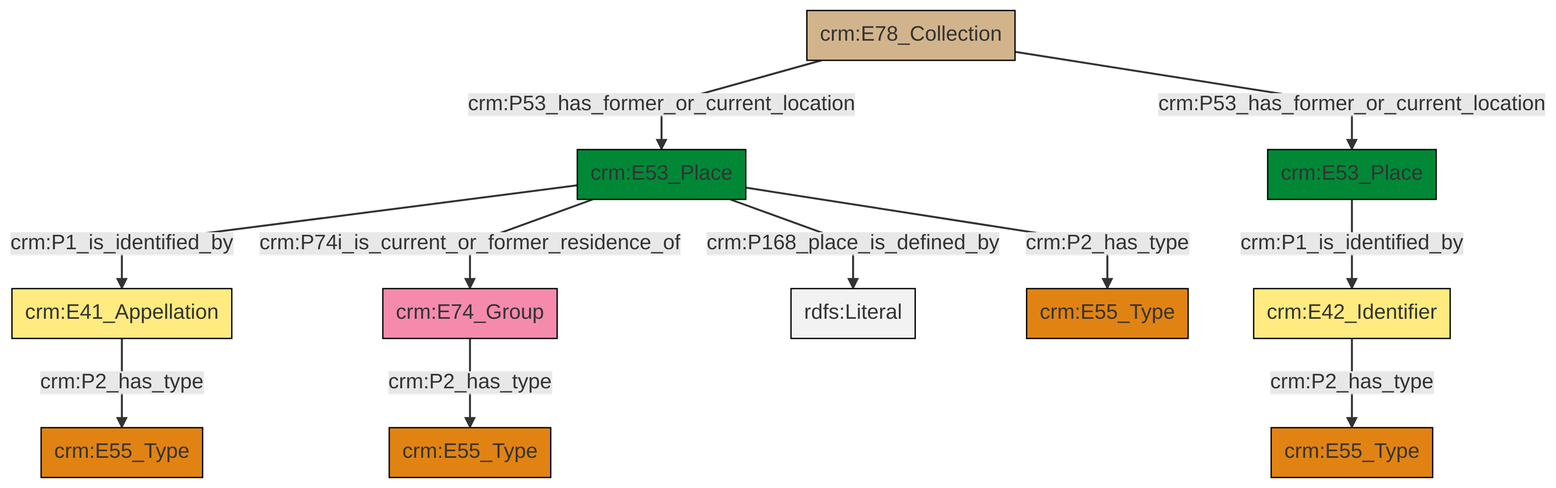
swiss-art-research-net/docs.swissartresearch keeps this Mermaid diagram as et/archivalCSV/ttl/mmd/png/archival_location.png. Above is the earlier version. Its source is kept beside it as et/archivalCSV/ttl/mmd/archival_location.ttl.mmd.
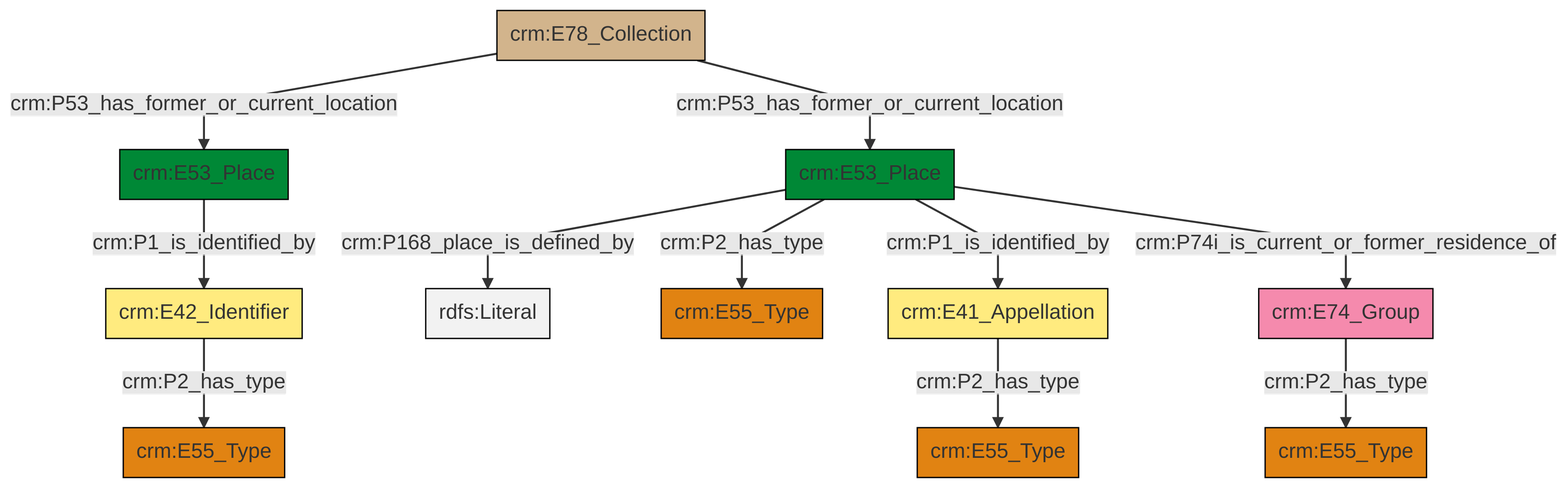
The same file after the commit.

Change to the diagram source:
```diff
@@ -13,13 +13,13 @@
 classDef PC_Classes fill:#4ce600, stroke:#000000;
 classDef Multi fill:#cccccc,stroke:#000000;
 
-0["crm:E41_Appellation"]:::Appellation -->|crm:P2_has_type| 1["crm:E55_Type"]:::Type
-4["crm:E42_Identifier"]:::Appellation -->|crm:P2_has_type| 7["crm:E55_Type"]:::Type
-2["crm:E74_Group"]:::Actor -->|crm:P2_has_type| 10["crm:E55_Type"]:::Type
-11["crm:E78_Collection"]:::Physical_Thing -->|crm:P53_has_former_or_current_location| 12["crm:E53_Place"]:::Place
-12["crm:E53_Place"]:::Place -->|crm:P1_is_identified_by| 0["crm:E41_Appellation"]:::Appellation
-18["crm:E53_Place"]:::Place -->|crm:P1_is_identified_by| 4["crm:E42_Identifier"]:::Appellation
-12["crm:E53_Place"]:::Place -->|crm:P74i_is_current_or_former_residence_of| 2["crm:E74_Group"]:::Actor
-12["crm:E53_Place"]:::Place -->|crm:P168_place_is_defined_by| 22[rdfs:Literal]:::Literal
-12["crm:E53_Place"]:::Place -->|crm:P2_has_type| 20["crm:E55_Type"]:::Type
-11["crm:E78_Collection"]:::Physical_Thing -->|crm:P53_has_former_or_current_location| 18["crm:E53_Place"]:::Place
+6["crm:E78_Collection"]:::Physical_Thing -->|crm:P53_has_former_or_current_location| 8["crm:E53_Place"]:::Place
+12["crm:E41_Appellation"]:::Appellation -->|crm:P2_has_type| 0["crm:E55_Type"]:::Type
+17["crm:E42_Identifier"]:::Appellation -->|crm:P2_has_type| 14["crm:E55_Type"]:::Type
+21["crm:E74_Group"]:::Actor -->|crm:P2_has_type| 9["crm:E55_Type"]:::Type
+2["crm:E53_Place"]:::Place -->|crm:P168_place_is_defined_by| 22[rdfs:Literal]:::Literal
+6["crm:E78_Collection"]:::Physical_Thing -->|crm:P53_has_former_or_current_location| 2["crm:E53_Place"]:::Place
+2["crm:E53_Place"]:::Place -->|crm:P2_has_type| 4["crm:E55_Type"]:::Type
+2["crm:E53_Place"]:::Place -->|crm:P1_is_identified_by| 12["crm:E41_Appellation"]:::Appellation
+2["crm:E53_Place"]:::Place -->|crm:P74i_is_current_or_former_residence_of| 21["crm:E74_Group"]:::Actor
+8["crm:E53_Place"]:::Place -->|crm:P1_is_identified_by| 17["crm:E42_Identifier"]:::Appellation
```
